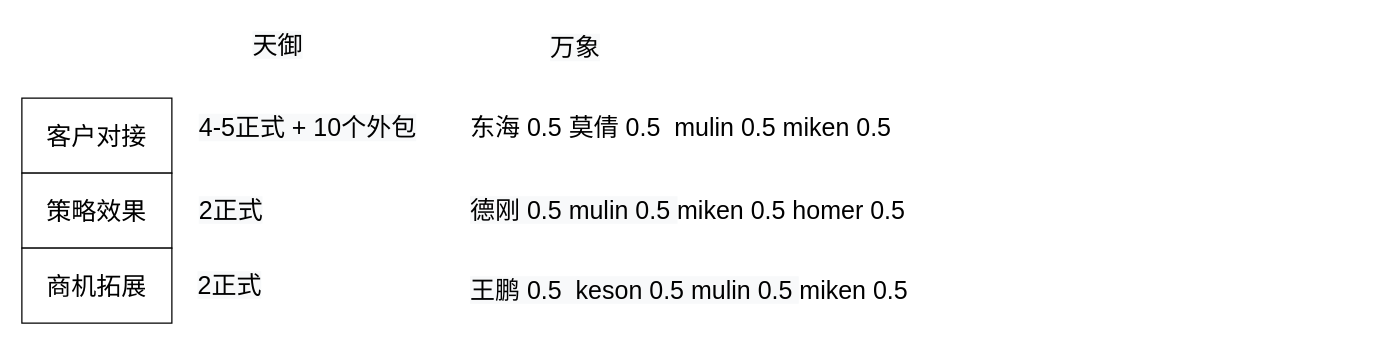
Earlier version of the draw.io diagram page "审核人员安排" (8 of 9) of CI.drawio (wangnan8791/document). Source tidied: cells renumbered, new cells numbered last; positions are measured from the earlier drawing's top-left corner, leaving out a move shared by most shapes. Both pictures are drawn from the tidied source at 125%, with x=0, y=0 at pixel (21, 21).
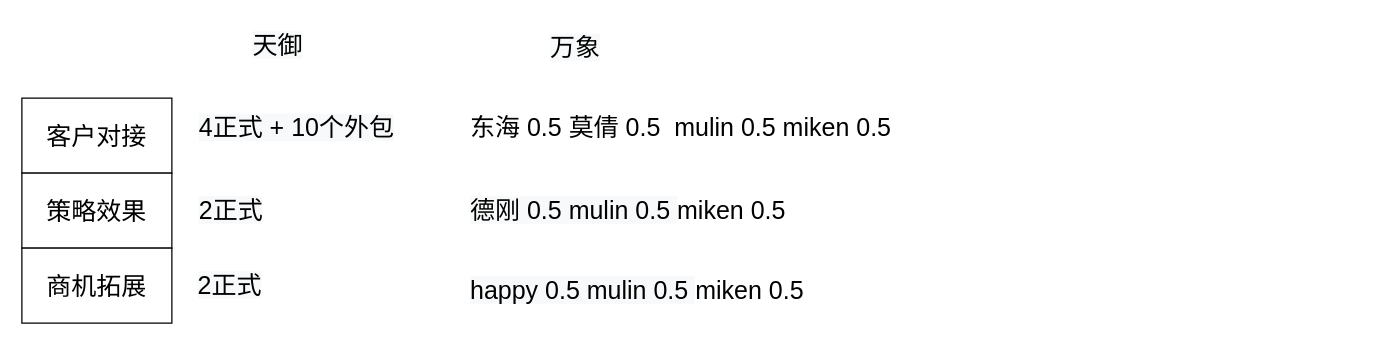
After the change.

Diff of the diagram source:
```diff
@@
 <mxGraphModel>
   <root>
     <mxCell id="0" />
     <mxCell id="1" parent="0" />
     <mxCell id="2" value="客户对接" style="rounded=0;whiteSpace=wrap;html=1;fontSize=20;" parent="1" vertex="1">
       <mxGeometry y="61" width="120" height="60" as="geometry" />
     </mxCell>
     <mxCell id="3" value="策略效果" style="rounded=0;whiteSpace=wrap;html=1;fontSize=20;" parent="1" vertex="1">
       <mxGeometry y="121" width="120" height="60" as="geometry" />
     </mxCell>
     <mxCell id="4" value="商机拓展" style="rounded=0;whiteSpace=wrap;html=1;fontSize=20;" parent="1" vertex="1">
       <mxGeometry y="181" width="120" height="60" as="geometry" />
     </mxCell>
     <mxCell id="5" value="&lt;span style=&quot;color: rgb(0 , 0 , 0) ; font-family: &amp;#34;helvetica&amp;#34; ; font-size: 20px ; font-style: normal ; font-weight: 400 ; letter-spacing: normal ; text-align: center ; text-indent: 0px ; text-transform: none ; word-spacing: 0px ; background-color: rgb(248 , 249 , 250) ; display: inline ; float: none&quot;&gt;天御&lt;/span&gt;" style="text;whiteSpace=wrap;html=1;fontSize=20;" parent="1" vertex="1">
       <mxGeometry x="183" width="100" height="38" as="geometry" />
     </mxCell>
     <mxCell id="6" value="&lt;span style=&quot;color: rgb(0 , 0 , 0) ; font-family: &amp;#34;helvetica&amp;#34; ; font-size: 20px ; font-style: normal ; font-weight: 400 ; letter-spacing: normal ; text-align: center ; text-indent: 0px ; text-transform: none ; word-spacing: 0px ; background-color: rgb(248 , 249 , 250) ; display: inline ; float: none&quot;&gt;万象&lt;/span&gt;" style="text;whiteSpace=wrap;html=1;fontSize=20;" parent="1" vertex="1">
       <mxGeometry x="421" y="2" width="100" height="38" as="geometry" />
     </mxCell>
-    <mxCell id="7" value="&lt;span style=&quot;color: rgb(0 , 0 , 0) ; font-family: &amp;#34;helvetica&amp;#34; ; font-size: 20px ; font-style: normal ; font-weight: 400 ; letter-spacing: normal ; text-align: center ; text-indent: 0px ; text-transform: none ; word-spacing: 0px ; background-color: rgb(248 , 249 , 250) ; display: inline ; float: none&quot;&gt;4-5正式 + 10个外包&lt;/span&gt;" style="text;whiteSpace=wrap;html=1;fontSize=20;" parent="1" vertex="1">
+    <mxCell id="7" value="&lt;span style=&quot;color: rgb(0 , 0 , 0) ; font-family: &amp;quot;helvetica&amp;quot; ; font-size: 20px ; font-style: normal ; font-weight: 400 ; letter-spacing: normal ; text-align: center ; text-indent: 0px ; text-transform: none ; word-spacing: 0px ; background-color: rgb(248 , 249 , 250) ; display: inline ; float: none&quot;&gt;4正式 + 10个外包&lt;/span&gt;" style="text;whiteSpace=wrap;html=1;fontSize=20;" parent="1" vertex="1">
       <mxGeometry x="139.5" y="66" width="187" height="38" as="geometry" />
     </mxCell>
     <mxCell id="8" value="&lt;span style=&quot;color: rgb(0 , 0 , 0) ; font-family: &amp;#34;helvetica&amp;#34; ; font-size: 20px ; font-style: normal ; font-weight: 400 ; letter-spacing: normal ; text-align: center ; text-indent: 0px ; text-transform: none ; word-spacing: 0px ; background-color: rgb(248 , 249 , 250) ; display: inline ; float: none&quot;&gt;2正式&lt;/span&gt;" style="text;whiteSpace=wrap;html=1;fontSize=20;" parent="1" vertex="1">
       <mxGeometry x="139.5" y="132" width="187" height="38" as="geometry" />
     </mxCell>
     <mxCell id="9" value="&lt;span style=&quot;color: rgb(0 , 0 , 0) ; font-family: &amp;#34;helvetica&amp;#34; ; font-size: 20px ; font-style: normal ; font-weight: 400 ; letter-spacing: normal ; text-align: center ; text-indent: 0px ; text-transform: none ; word-spacing: 0px ; background-color: rgb(248 , 249 , 250) ; display: inline ; float: none&quot;&gt;2正式&lt;/span&gt;" style="text;whiteSpace=wrap;html=1;fontSize=20;" parent="1" vertex="1">
       <mxGeometry x="139" y="192" width="187" height="38" as="geometry" />
     </mxCell>
-    <mxCell id="10" value="&lt;span style=&quot;color: rgb(0 , 0 , 0) ; font-family: &amp;#34;helvetica&amp;#34; ; font-size: 20px ; font-style: normal ; font-weight: 400 ; letter-spacing: normal ; text-align: center ; text-indent: 0px ; text-transform: none ; word-spacing: 0px ; background-color: rgb(248 , 249 , 250) ; display: inline ; float: none&quot;&gt;王鹏 0.5&amp;nbsp; keson 0.5 mulin 0.5&amp;nbsp;&lt;/span&gt;&lt;span style=&quot;font-family: &amp;#34;helvetica&amp;#34; ; text-align: center&quot;&gt;miken 0.5&lt;/span&gt;" style="text;whiteSpace=wrap;html=1;fontSize=20;" parent="1" vertex="1">
+    <mxCell id="10" value="&lt;span style=&quot;color: rgb(0 , 0 , 0) ; font-family: &amp;quot;helvetica&amp;quot; ; font-size: 20px ; font-style: normal ; font-weight: 400 ; letter-spacing: normal ; text-align: center ; text-indent: 0px ; text-transform: none ; word-spacing: 0px ; background-color: rgb(248 , 249 , 250) ; display: inline ; float: none&quot;&gt;happy 0.5 mulin 0.5&amp;nbsp;&lt;/span&gt;&lt;span style=&quot;font-family: &amp;quot;helvetica&amp;quot; ; text-align: center&quot;&gt;miken 0.5&lt;/span&gt;" style="text;whiteSpace=wrap;html=1;fontSize=20;" parent="1" vertex="1">
       <mxGeometry x="357" y="196" width="607" height="38" as="geometry" />
     </mxCell>
-    <mxCell id="11" value="&lt;span style=&quot;color: rgb(0 , 0 , 0) ; font-family: &amp;#34;helvetica&amp;#34; ; font-size: 20px ; font-style: normal ; font-weight: 400 ; letter-spacing: normal ; text-align: center ; text-indent: 0px ; text-transform: none ; word-spacing: 0px ; background-color: rgb(248 , 249 , 250) ; display: inline ; float: none&quot;&gt;德刚 0.5 mulin 0.5&amp;nbsp;&lt;/span&gt;&lt;span style=&quot;font-family: &amp;#34;helvetica&amp;#34; ; text-align: center&quot;&gt;miken 0.5 homer 0.5&lt;/span&gt;" style="text;whiteSpace=wrap;html=1;fontSize=20;" parent="1" vertex="1">
+    <mxCell id="11" value="&lt;span style=&quot;color: rgb(0 , 0 , 0) ; font-family: &amp;quot;helvetica&amp;quot; ; font-size: 20px ; font-style: normal ; font-weight: 400 ; letter-spacing: normal ; text-align: center ; text-indent: 0px ; text-transform: none ; word-spacing: 0px ; background-color: rgb(248 , 249 , 250) ; display: inline ; float: none&quot;&gt;德刚 0.5 mulin 0.5&amp;nbsp;&lt;/span&gt;&lt;span style=&quot;font-family: &amp;quot;helvetica&amp;quot; ; text-align: center&quot;&gt;miken 0.5&lt;/span&gt;" style="text;whiteSpace=wrap;html=1;fontSize=20;" parent="1" vertex="1">
       <mxGeometry x="357" y="132" width="391" height="38" as="geometry" />
     </mxCell>
     <mxCell id="12" value="&lt;div style=&quot;text-align: center&quot;&gt;&lt;span&gt;&lt;font face=&quot;helvetica&quot;&gt;东海 0.5 莫倩 0.5&amp;nbsp; mulin 0.5 miken 0.5&lt;/font&gt;&lt;/span&gt;&lt;/div&gt;" style="text;whiteSpace=wrap;html=1;fontSize=20;" parent="1" vertex="1">
       <mxGeometry x="357" y="66" width="711" height="43" as="geometry" />
     </mxCell>
   </root>
 </mxGraphModel>
```
